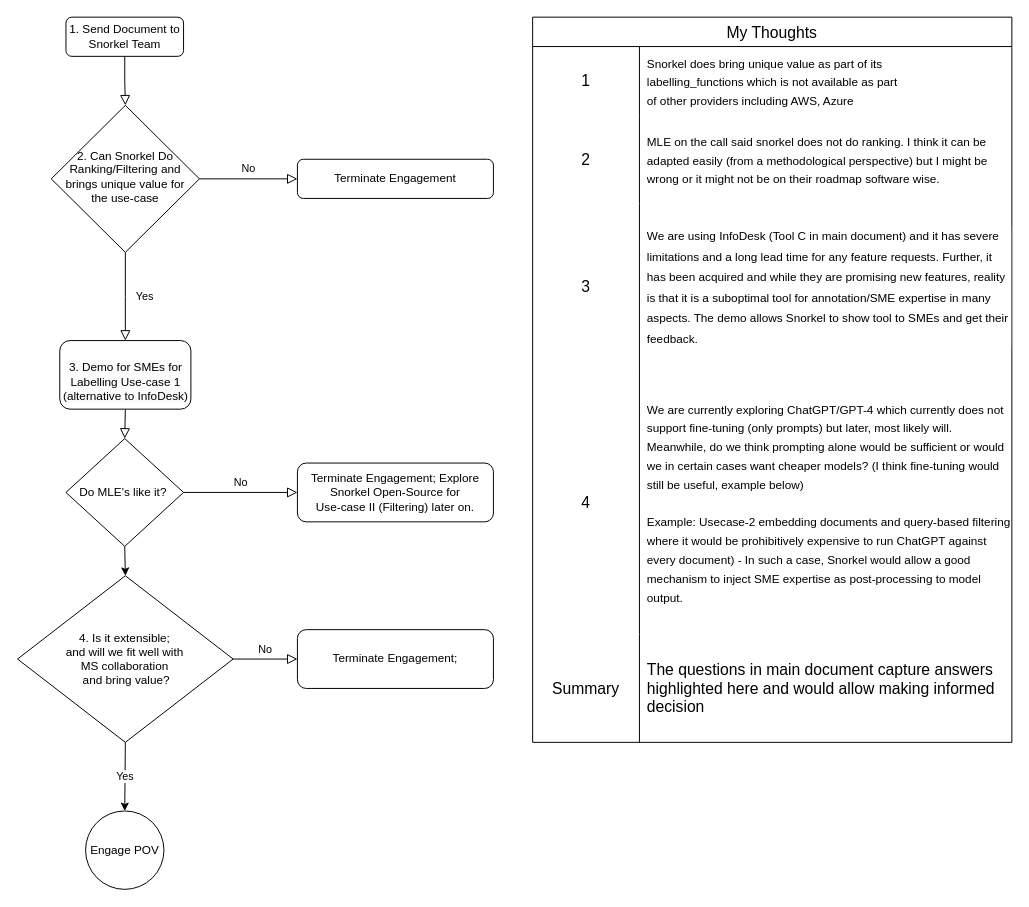
Before: Untitled Diagram.drawio in vjethava/drawnn, a draw.io diagram. Source tidied: cells renumbered, new cells numbered last; positions are measured from the earlier drawing's top-left corner, leaving out a move shared by most shapes. Both pictures are drawn from the tidied source at 98%, with x=0, y=0 at pixel (17, 17).
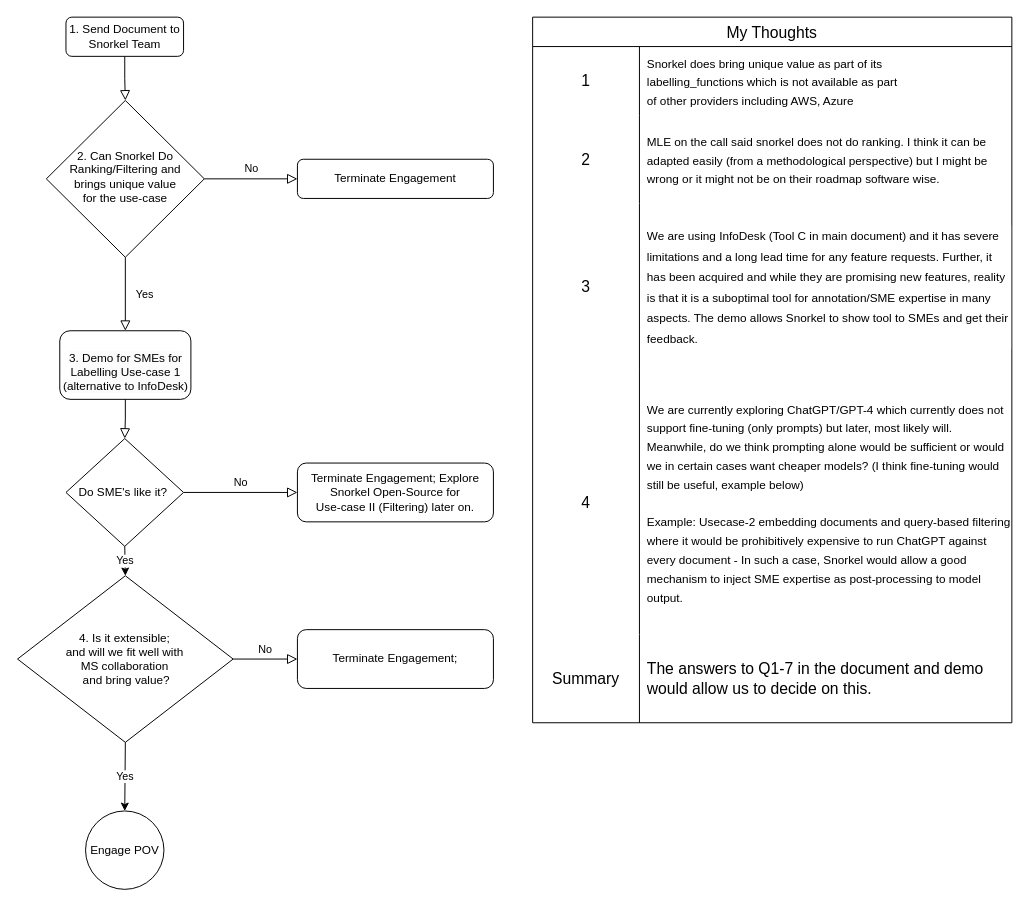
The same diagram, later.

Unchanged cells that the change refers to:
```xml
<mxCell id="20" style="shape=tableRow;horizontal=0;startSize=0;swimlaneHead=0;swimlaneBody=0;top=0;left=0;bottom=0;right=0;fillColor=none;strokeColor=inherit;fontSize=16;" parent="10" vertex="1">
  <mxGeometry y="360" width="489" height="270" as="geometry" />
</mxCell>
<mxCell id="30" value="4. Is it extensible; &lt;br&gt;and will we fit well with &lt;br&gt;MS collaboration&lt;br&gt;&amp;nbsp;and bring value?" style="rhombus;whiteSpace=wrap;html=1;" parent="1" vertex="1">
  <mxGeometry x="0.4" y="570" width="220" height="170" as="geometry" />
</mxCell>
```

Diff of the diagram source:
```diff
@@
-    <mxCell id="6" value="2. Can Snorkel Do Ranking/Filtering and brings unique value for the use-case" style="rhombus;whiteSpace=wrap;html=1;shadow=0;fontFamily=Helvetica;fontSize=12;align=center;strokeWidth=1;spacing=6;spacingTop=-4;" parent="1" vertex="1">
-      <mxGeometry x="34.8" y="90" width="151.2" height="150" as="geometry" />
+    <mxCell id="6" value="2. Can Snorkel Do Ranking/Filtering and &lt;br&gt;brings unique value &lt;br&gt;for the use-case" style="rhombus;whiteSpace=wrap;html=1;shadow=0;fontFamily=Helvetica;fontSize=12;align=center;strokeWidth=1;spacing=6;spacingTop=-4;" parent="1" vertex="1">
+      <mxGeometry x="29.8" y="85" width="161.2" height="160" as="geometry" />
     </mxCell>
@@
     <mxCell id="10" value="My Thoughts" style="shape=table;startSize=30;childLayout=tableLayout;rowLines=0;fontStyle=0;strokeColor=default;fontSize=16;" parent="1" vertex="1">
-      <mxGeometry x="526" width="489" height="740" as="geometry" />
+      <mxGeometry x="526" width="489" height="720" as="geometry" />
     </mxCell>
@@
-    <mxCell id="22" value="&lt;font style=&quot;font-size: 12px;&quot;&gt;We are currently exploring ChatGPT/GPT-4 which currently does not support fine-tuning (only prompts) but later, most likely will.&amp;nbsp; Meanwhile, do we think prompting alone would be sufficient or would we in certain cases want cheaper models? (I think fine-tuning would still be useful, example below)&lt;br&gt;&lt;br&gt;Example: Usecase-2 embedding documents and query-based filtering where it would be prohibitively expensive to run ChatGPT against every document) - In such a case, Snorkel would allow a good mechanism to inject SME expertise as post-processing to model output.&lt;/font&gt;" style="shape=partialRectangle;html=1;whiteSpace=wrap;fillColor=none;top=0;left=0;bottom=0;right=0;align=left;spacingLeft=6;overflow=hidden;strokeColor=inherit;fontSize=16;" parent="20" vertex="1">
+    <mxCell id="22" value="&lt;font style=&quot;font-size: 12px;&quot;&gt;We are currently exploring ChatGPT/GPT-4 which currently does not support fine-tuning (only prompts) but later, most likely will.&amp;nbsp; Meanwhile, do we think prompting alone would be sufficient or would we in certain cases want cheaper models? (I think fine-tuning would still be useful, example below)&lt;br&gt;&lt;br&gt;Example: Usecase-2 embedding documents and query-based filtering where it would be prohibitively expensive to run ChatGPT against every document - In such a case, Snorkel would allow a good mechanism to inject SME expertise as post-processing to model output.&lt;/font&gt;" style="shape=partialRectangle;html=1;whiteSpace=wrap;fillColor=none;top=0;left=0;bottom=0;right=0;align=left;spacingLeft=6;overflow=hidden;strokeColor=inherit;fontSize=16;" parent="20" vertex="1">
       <mxGeometry x="109" width="380" height="270" as="geometry" />
     </mxCell>
     <mxCell id="23" style="shape=tableRow;horizontal=0;startSize=0;swimlaneHead=0;swimlaneBody=0;top=0;left=0;bottom=0;right=0;fillColor=none;strokeColor=inherit;fontSize=16;" parent="10" vertex="1">
-      <mxGeometry y="630" width="489" height="110" as="geometry" />
+      <mxGeometry y="630" width="489" height="90" as="geometry" />
     </mxCell>
     <mxCell id="24" value="Summary" style="shape=partialRectangle;html=1;whiteSpace=wrap;fillColor=none;top=0;left=0;bottom=0;right=0;overflow=hidden;strokeColor=inherit;fontSize=16;" parent="23" vertex="1">
-      <mxGeometry width="109" height="110" as="geometry" />
+      <mxGeometry width="109" height="90" as="geometry" />
     </mxCell>
-    <mxCell id="25" value="The questions in main document capture answers highlighted here and would allow making informed decision" style="shape=partialRectangle;html=1;whiteSpace=wrap;fillColor=none;top=0;left=0;bottom=0;right=0;align=left;spacingLeft=6;overflow=hidden;strokeColor=inherit;fontSize=16;" parent="23" vertex="1">
-      <mxGeometry x="109" width="380" height="110" as="geometry" />
+    <mxCell id="25" value="The answers to Q1-7 in the document and demo would allow us to decide on this.&amp;nbsp;" style="shape=partialRectangle;html=1;whiteSpace=wrap;fillColor=none;top=0;left=0;bottom=0;right=0;align=left;spacingLeft=6;overflow=hidden;strokeColor=inherit;fontSize=16;" parent="23" vertex="1">
+      <mxGeometry x="109" width="380" height="90" as="geometry" />
     </mxCell>
@@
     <mxCell id="27" value="&lt;br&gt;&lt;span style=&quot;color: rgb(0, 0, 0); font-family: Helvetica; font-size: 12px; font-style: normal; font-variant-ligatures: normal; font-variant-caps: normal; font-weight: 400; letter-spacing: normal; orphans: 2; text-align: center; text-indent: 0px; text-transform: none; widows: 2; word-spacing: 0px; -webkit-text-stroke-width: 0px; background-color: rgb(251, 251, 251); text-decoration-thickness: initial; text-decoration-style: initial; text-decoration-color: initial; float: none; display: inline !important;&quot;&gt;3. Demo for SMEs for Labelling Use-case 1 (alternative to InfoDesk)&lt;/span&gt;" style="rounded=1;whiteSpace=wrap;html=1;" parent="1" vertex="1">
-      <mxGeometry x="43.5" y="330" width="133.8" height="70" as="geometry" />
+      <mxGeometry x="43.5" y="320" width="133.8" height="70" as="geometry" />
     </mxCell>
-    <mxCell id="28" value="Do MLE's like it?&amp;nbsp;" style="rhombus;whiteSpace=wrap;html=1;" parent="1" vertex="1">
+    <mxCell id="28" value="Do SME's like it?&amp;nbsp;" style="rhombus;whiteSpace=wrap;html=1;" parent="1" vertex="1">
       <mxGeometry x="49.8" y="430" width="120" height="110" as="geometry" />
     </mxCell>
-    <mxCell id="29" style="endArrow=classic;html=1;rounded=0;exitX=0.5;exitY=1;exitDx=0;exitDy=0;entryX=0.5;entryY=0;entryDx=0;entryDy=0;" parent="1" edge="1" source="28" target="30">
+    <mxCell id="29" value="Yes" style="endArrow=classic;html=1;rounded=0;exitX=0.5;exitY=1;exitDx=0;exitDy=0;entryX=0.5;entryY=0;entryDx=0;entryDy=0;" parent="1" edge="1" source="28" target="30">
       <mxGeometry relative="1" as="geometry" />
     </mxCell>
```
